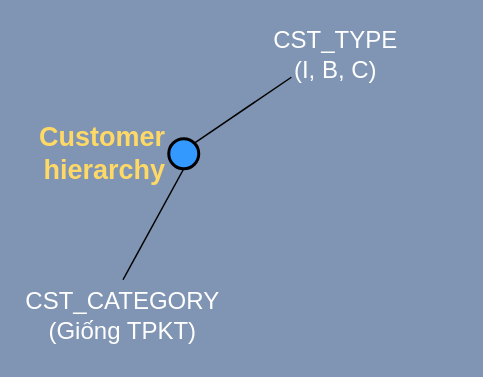
Before: Oracle Aggregate Tables.drawio in uyennt01/Project1, a draw.io diagram. Source tidied: cells renumbered, new cells numbered last; positions are measured from the earlier drawing's top-left corner, leaving out a move shared by most shapes. Both pictures are drawn from the tidied source at 150%, with x=0, y=0 at pixel (33, 32).
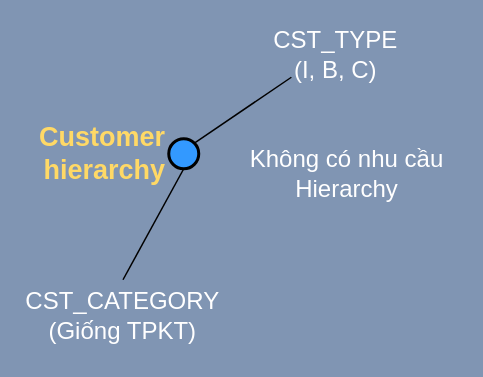
The same diagram, later.

What changed in the source:
```diff
@@
 <mxGraphModel background="#8095B3">
   <root>
     <mxCell id="0" />
     <mxCell id="1" parent="0" />
     <mxCell id="2" value="Customer hierarchy" style="strokeWidth=2;html=1;shape=mxgraph.flowchart.start_2;whiteSpace=wrap;labelPosition=left;verticalLabelPosition=middle;align=right;verticalAlign=middle;fillColor=#3399FF;fontStyle=1;fontSize=18;fontColor=#FFD966;" parent="1" vertex="1">
       <mxGeometry x="90" y="71" width="20" height="20" as="geometry" />
     </mxCell>
     <mxCell id="3" style="endArrow=none;html=1;labelPosition=center;verticalLabelPosition=bottom;align=center;verticalAlign=top;entryX=0.5;entryY=1;entryDx=0;entryDy=0;entryPerimeter=0;exitX=0.5;exitY=0;exitDx=0;exitDy=0;" parent="1" edge="1" source="6" target="2">
       <mxGeometry relative="1" as="geometry" />
     </mxCell>
     <mxCell id="4" style="endArrow=none;html=1;exitX=0.855;exitY=0.145;exitDx=0;exitDy=0;entryX=0.25;entryY=1;entryDx=0;entryDy=0;exitPerimeter=0;fontColor=#FFFFFF;" parent="1" edge="1" source="2" target="5">
       <mxGeometry relative="1" as="geometry" />
     </mxCell>
     <mxCell id="5" value="&lt;div&gt;CST_TYPE&lt;/div&gt;&lt;div&gt;(I, B, C)&lt;br&gt;&lt;/div&gt;" style="text;html=1;strokeColor=none;fillColor=none;align=center;verticalAlign=middle;whiteSpace=wrap;rounded=0;fontSize=16;fontColor=#FFFFFF;" parent="1" vertex="1">
       <mxGeometry x="142" width="119" height="30" as="geometry" />
     </mxCell>
     <mxCell id="6" value="&lt;div&gt;CST_CATEGORY&lt;/div&gt;&lt;div&gt;(Giống TPKT)&lt;br&gt;&lt;/div&gt;" style="text;html=1;strokeColor=none;fillColor=none;align=center;verticalAlign=middle;whiteSpace=wrap;rounded=0;fontSize=16;fontColor=#FFFFFF;" parent="1" vertex="1">
       <mxGeometry y="165" width="119" height="48" as="geometry" />
     </mxCell>
+    <mxCell id="7" value="Không có nhu cầu Hierarchy" style="text;html=1;strokeColor=none;fillColor=none;align=center;verticalAlign=middle;whiteSpace=wrap;rounded=0;fontColor=#FFFFFF;fontSize=16;" parent="1" vertex="1">
+      <mxGeometry x="135" y="84" width="148" height="20" as="geometry" />
+    </mxCell>
   </root>
 </mxGraphModel>
```
